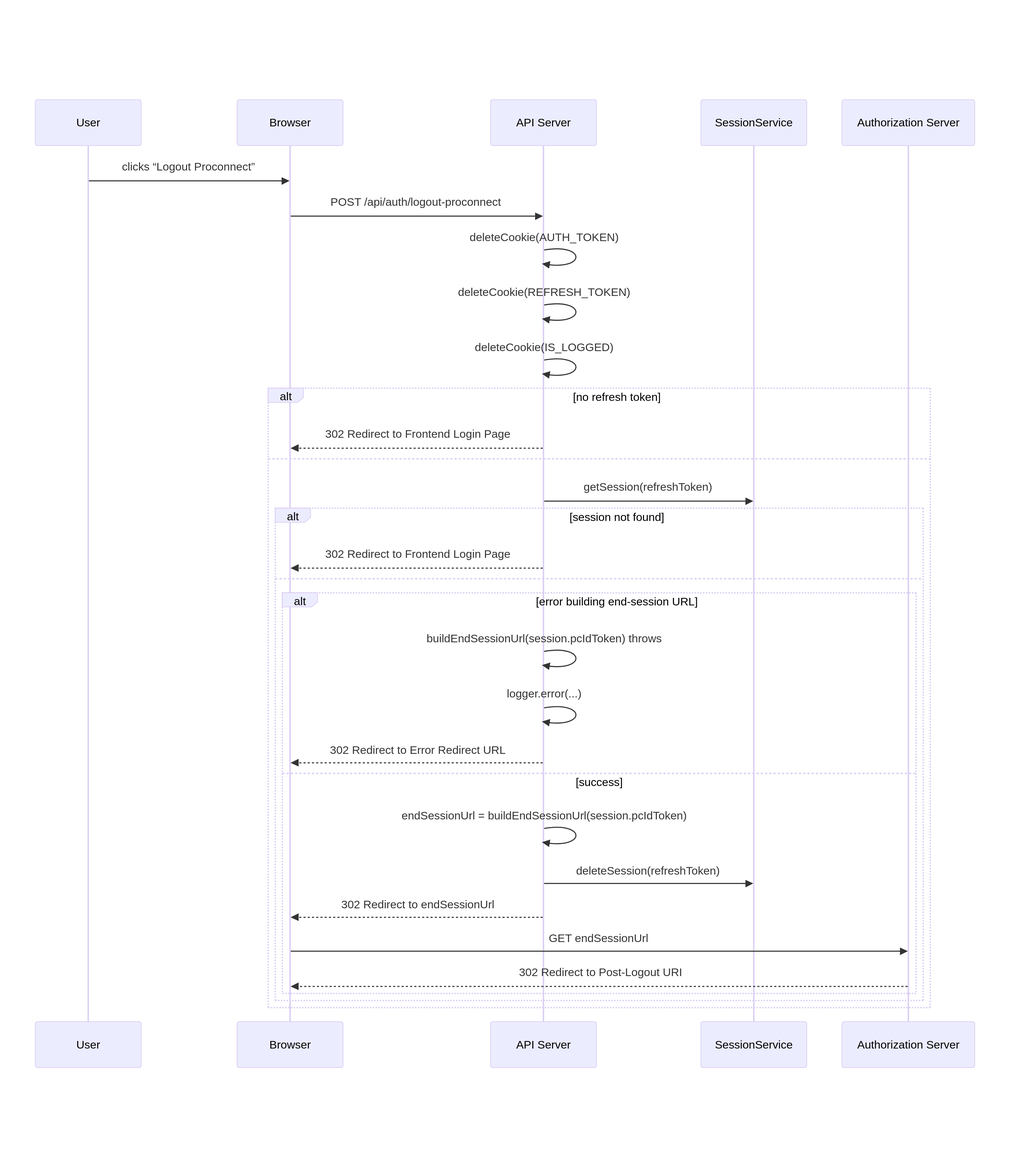
DNUM-SocialGouv/sirena keeps this Mermaid diagram as docs/diagrams/logout/logout.proconnect.png. Above is the earlier version. Its source is kept beside it as docs/diagrams/logout/logout.proconnect.mmd.
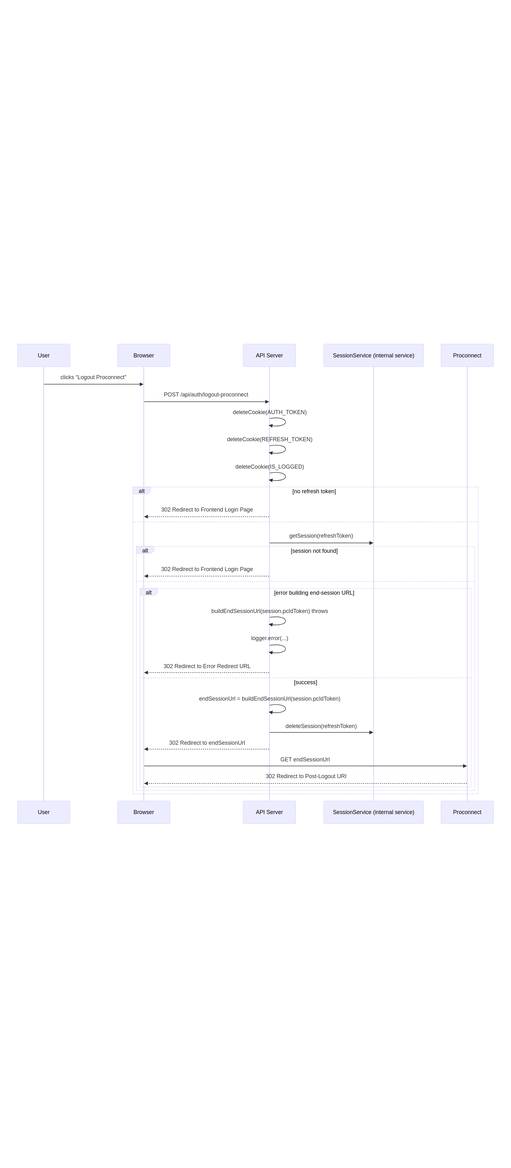
After the change.

The edit, as a diff of the source:
```diff
@@ -3,8 +3,8 @@
     participant User
     participant Browser
     participant App as API Server
-    participant SessionSvc as SessionService
-    participant Proconnect as Authorization Server
+    participant SessionSvc as SessionService (internal service)
+    participant Proconnect as Proconnect
 
     User->>Browser: clicks “Logout Proconnect”
     Browser->>App: POST /api/auth/logout-proconnect
```
